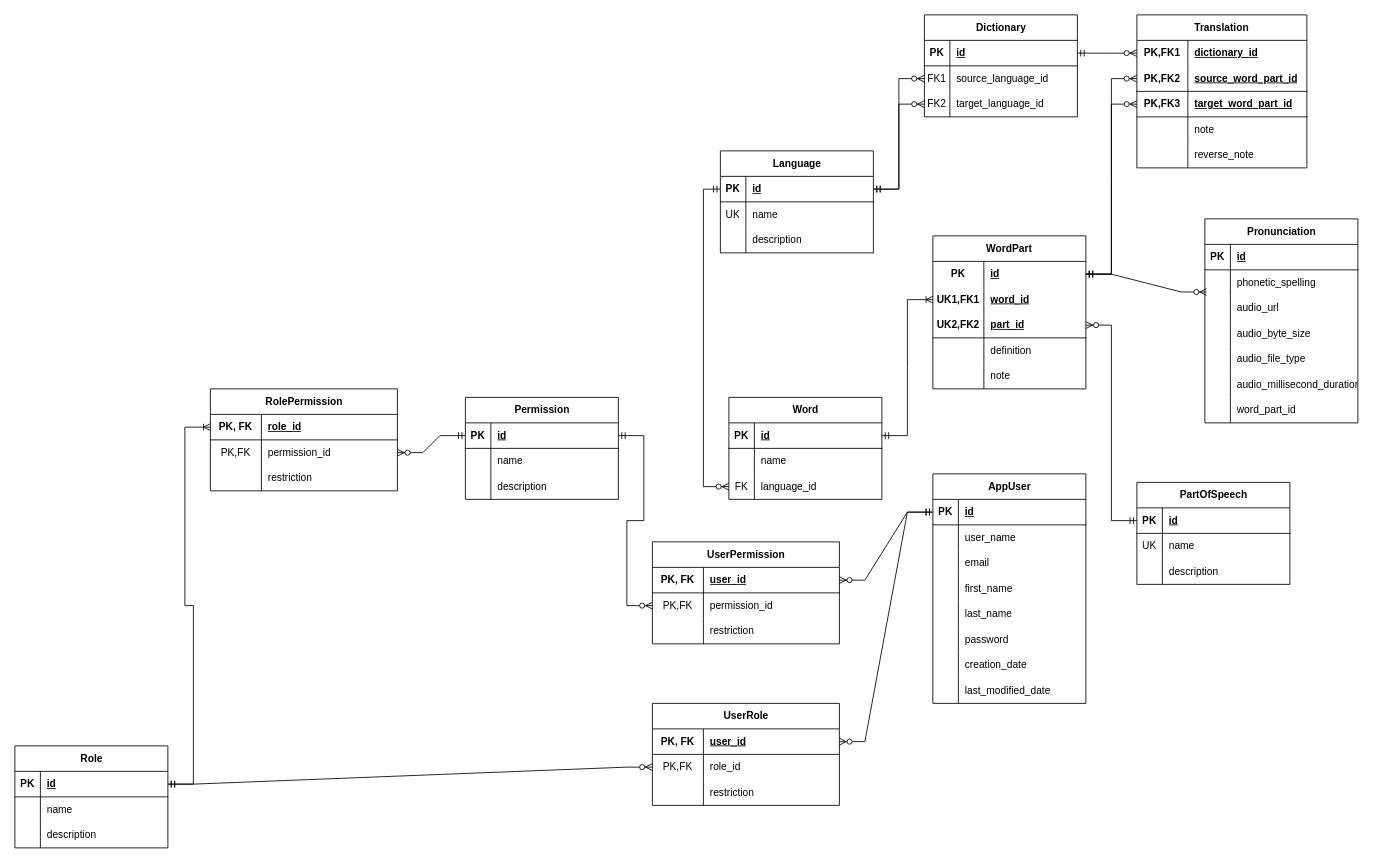
Earlier version of the draw.io diagram page "ERD" (1 of 4) of urhobo_erd.drawio (rulecoconuts/urhobo_dictionary_web_api). Source tidied: cells renumbered, new cells numbered last; positions are measured from the earlier drawing's top-left corner, leaving out a move shared by most shapes. Both pictures are drawn from the tidied source at 85%, with x=0, y=0 at pixel (14, 14).
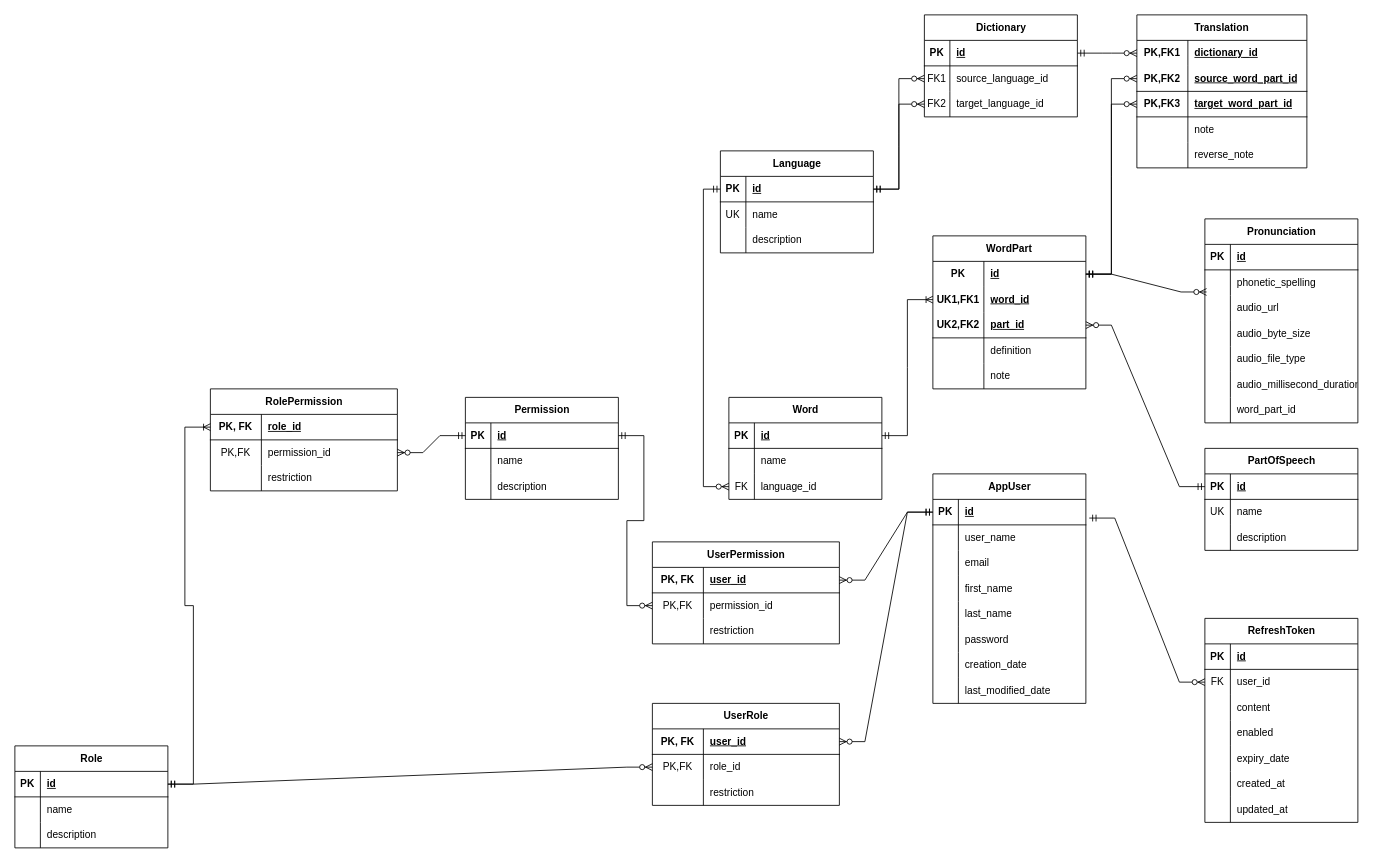
The same page after the edit.

Unchanged cells that the change refers to:
```xml
<mxCell id="83" style="shape=tableRow;horizontal=0;startSize=0;swimlaneHead=0;swimlaneBody=0;fillColor=none;points=[[0,0.5],[1,0.5]];portConstraint=eastwest;top=0;left=0;right=0;bottom=1;" parent="82" vertex="1">
  <mxGeometry y="30" width="180" height="30" as="geometry" />
</mxCell>
```

The edit, as a diff of the source:
```diff
@@
     <mxCell id="35" value="PartOfSpeech" style="shape=table;startSize=30;childLayout=tableLayout;rowLines=0;fontStyle=1;align=center;html=1;" parent="1" vertex="1">
-      <mxGeometry x="1320" y="550" width="180" height="120" as="geometry" />
+      <mxGeometry x="1400" y="510" width="180" height="120" as="geometry" />
     </mxCell>
@@
+    <mxCell id="186" value="RefreshToken" style="shape=table;startSize=30;childLayout=tableLayout;rowLines=0;fontStyle=1;align=center;html=1;" parent="1" vertex="1">
+      <mxGeometry x="1400" y="710" width="180" height="240" as="geometry" />
+    </mxCell>
+    <mxCell id="187" style="shape=tableRow;horizontal=0;startSize=0;swimlaneHead=0;swimlaneBody=0;fillColor=none;top=0;left=0;right=0;bottom=1;" parent="186" vertex="1">
+      <mxGeometry y="30" width="180" height="30" as="geometry" />
+    </mxCell>
+    <mxCell id="188" value="PK" style="shape=partialRectangle;fillColor=none;top=0;left=0;bottom=0;right=0;fontStyle=1;overflow=hidden;whiteSpace=wrap;html=1;" parent="187" vertex="1">
+      <mxGeometry width="30" height="30" as="geometry" />
+    </mxCell>
+    <mxCell id="189" value="id" style="shape=partialRectangle;fillColor=none;top=0;left=0;bottom=0;right=0;align=left;spacingLeft=6;fontStyle=5;overflow=hidden;whiteSpace=wrap;html=1;" parent="187" vertex="1">
+      <mxGeometry x="30" width="150" height="30" as="geometry" />
+    </mxCell>
+    <mxCell id="190" style="shape=tableRow;horizontal=0;startSize=0;swimlaneHead=0;swimlaneBody=0;fillColor=none;points=[[0,0.5],[1,0.5]];portConstraint=eastwest;top=0;left=0;right=0;bottom=0;" parent="186" vertex="1">
+      <mxGeometry y="60" width="180" height="30" as="geometry" />
+    </mxCell>
+    <mxCell id="191" value="FK" style="shape=partialRectangle;fillColor=none;top=0;left=0;bottom=0;right=0;overflow=hidden;whiteSpace=wrap;html=1;" parent="190" vertex="1">
+      <mxGeometry width="30" height="30" as="geometry" />
+    </mxCell>
+    <mxCell id="192" value="user_id" style="shape=partialRectangle;fillColor=none;top=0;left=0;bottom=0;right=0;align=left;spacingLeft=6;overflow=hidden;whiteSpace=wrap;html=1;" parent="190" vertex="1">
+      <mxGeometry x="30" width="150" height="30" as="geometry" />
+    </mxCell>
+    <mxCell id="193" style="shape=tableRow;horizontal=0;startSize=0;swimlaneHead=0;swimlaneBody=0;fillColor=none;top=0;left=0;right=0;bottom=0;" parent="186" vertex="1">
+      <mxGeometry y="90" width="180" height="30" as="geometry" />
+    </mxCell>
+    <mxCell id="194" style="shape=partialRectangle;fillColor=none;top=0;left=0;bottom=0;right=0;overflow=hidden;whiteSpace=wrap;html=1;" parent="193" vertex="1">
+      <mxGeometry width="30" height="30" as="geometry" />
+    </mxCell>
+    <mxCell id="195" value="content" style="shape=partialRectangle;fillColor=none;top=0;left=0;bottom=0;right=0;align=left;spacingLeft=6;overflow=hidden;whiteSpace=wrap;html=1;" parent="193" vertex="1">
+      <mxGeometry x="30" width="150" height="30" as="geometry" />
+    </mxCell>
+    <mxCell id="196" style="shape=tableRow;horizontal=0;startSize=0;swimlaneHead=0;swimlaneBody=0;fillColor=none;top=0;left=0;right=0;bottom=0;" parent="186" vertex="1">
+      <mxGeometry y="120" width="180" height="30" as="geometry" />
+    </mxCell>
+    <mxCell id="197" style="shape=partialRectangle;fillColor=none;top=0;left=0;bottom=0;right=0;overflow=hidden;whiteSpace=wrap;html=1;" parent="196" vertex="1">
+      <mxGeometry width="30" height="30" as="geometry" />
+    </mxCell>
+    <mxCell id="198" value="enabled" style="shape=partialRectangle;fillColor=none;top=0;left=0;bottom=0;right=0;align=left;spacingLeft=6;overflow=hidden;whiteSpace=wrap;html=1;" parent="196" vertex="1">
+      <mxGeometry x="30" width="150" height="30" as="geometry" />
+    </mxCell>
+    <mxCell id="199" style="shape=tableRow;horizontal=0;startSize=0;swimlaneHead=0;swimlaneBody=0;fillColor=none;top=0;left=0;right=0;bottom=0;" parent="186" vertex="1">
+      <mxGeometry y="150" width="180" height="30" as="geometry" />
+    </mxCell>
+    <mxCell id="200" style="shape=partialRectangle;fillColor=none;top=0;left=0;bottom=0;right=0;overflow=hidden;whiteSpace=wrap;html=1;" parent="199" vertex="1">
+      <mxGeometry width="30" height="30" as="geometry" />
+    </mxCell>
+    <mxCell id="201" value="expiry_date" style="shape=partialRectangle;fillColor=none;top=0;left=0;bottom=0;right=0;align=left;spacingLeft=6;overflow=hidden;whiteSpace=wrap;html=1;" parent="199" vertex="1">
+      <mxGeometry x="30" width="150" height="30" as="geometry" />
+    </mxCell>
+    <mxCell id="202" style="shape=tableRow;horizontal=0;startSize=0;swimlaneHead=0;swimlaneBody=0;fillColor=none;top=0;left=0;right=0;bottom=0;" parent="186" vertex="1">
+      <mxGeometry y="180" width="180" height="30" as="geometry" />
+    </mxCell>
+    <mxCell id="203" style="shape=partialRectangle;fillColor=none;top=0;left=0;bottom=0;right=0;overflow=hidden;whiteSpace=wrap;html=1;" parent="202" vertex="1">
+      <mxGeometry width="30" height="30" as="geometry" />
+    </mxCell>
+    <mxCell id="204" value="created_at" style="shape=partialRectangle;fillColor=none;top=0;left=0;bottom=0;right=0;align=left;spacingLeft=6;overflow=hidden;whiteSpace=wrap;html=1;" parent="202" vertex="1">
+      <mxGeometry x="30" width="150" height="30" as="geometry" />
+    </mxCell>
+    <mxCell id="205" style="shape=tableRow;horizontal=0;startSize=0;swimlaneHead=0;swimlaneBody=0;fillColor=none;top=0;left=0;right=0;bottom=0;" parent="186" vertex="1">
+      <mxGeometry y="210" width="180" height="30" as="geometry" />
+    </mxCell>
+    <mxCell id="206" style="shape=partialRectangle;fillColor=none;top=0;left=0;bottom=0;right=0;overflow=hidden;whiteSpace=wrap;html=1;" parent="205" vertex="1">
+      <mxGeometry width="30" height="30" as="geometry" />
+    </mxCell>
+    <mxCell id="207" value="updated_at" style="shape=partialRectangle;fillColor=none;top=0;left=0;bottom=0;right=0;align=left;spacingLeft=6;overflow=hidden;whiteSpace=wrap;html=1;" parent="205" vertex="1">
+      <mxGeometry x="30" width="150" height="30" as="geometry" />
+    </mxCell>
+    <mxCell id="208" style="edgeStyle=entityRelationEdgeStyle;fontSize=12;html=1;endArrow=ERzeroToMany;startArrow=ERmandOne;rounded=0;exitX=1.022;exitY=0.733;exitDx=0;exitDy=0;exitPerimeter=0;entryX=0;entryY=0.5;entryDx=0;entryDy=0;" parent="1" edge="1" source="83" target="190">
+      <mxGeometry relative="1" as="geometry" />
+    </mxCell>
```
